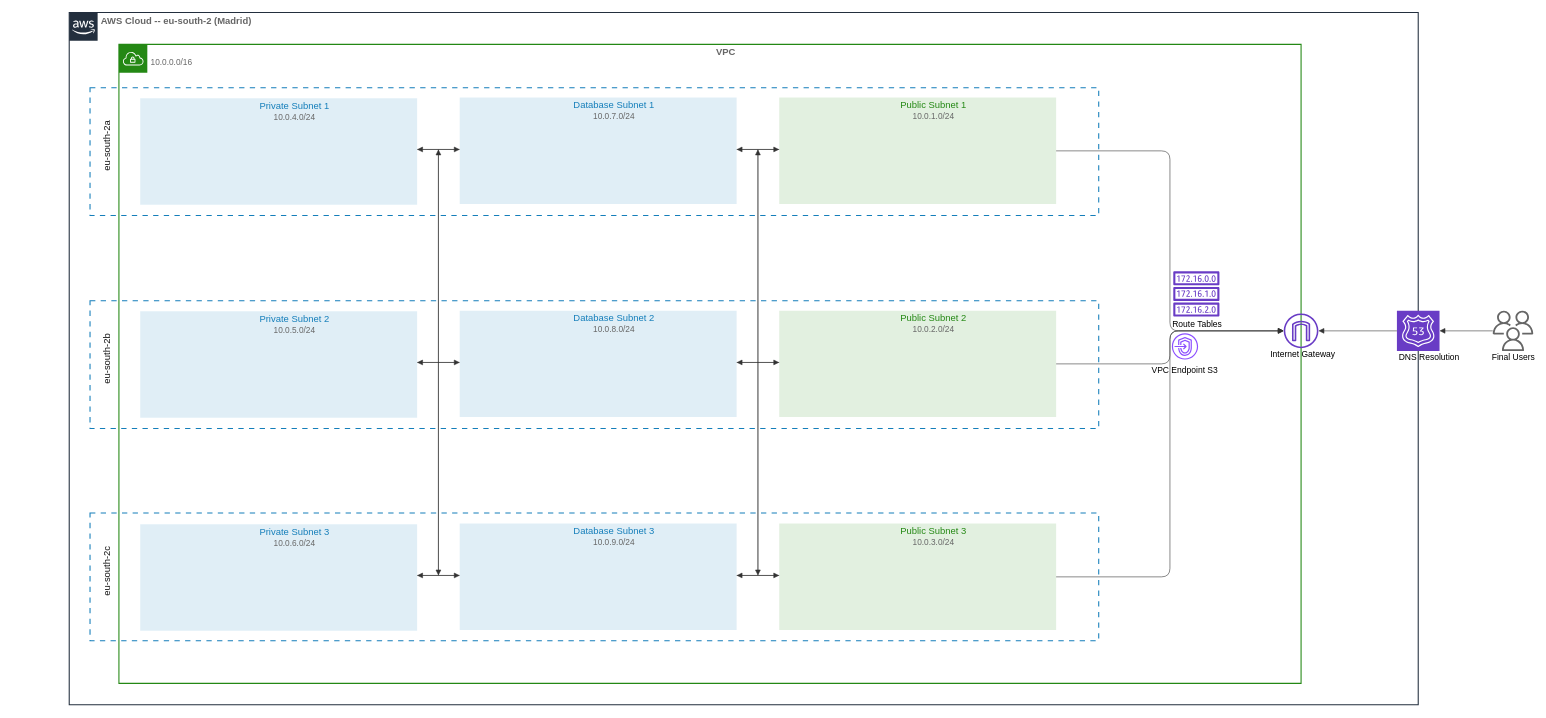
This is infra/diagrams/01-networking.drawio from agevega/agevega.com, a draw.io file, before an edit. Source tidied: cells renumbered, new cells numbered last; positions are measured from the earlier drawing's top-left corner, leaving out a move shared by most shapes. Both pictures are drawn from the tidied source at 71%, with x=0, y=0 at pixel (12, 12).
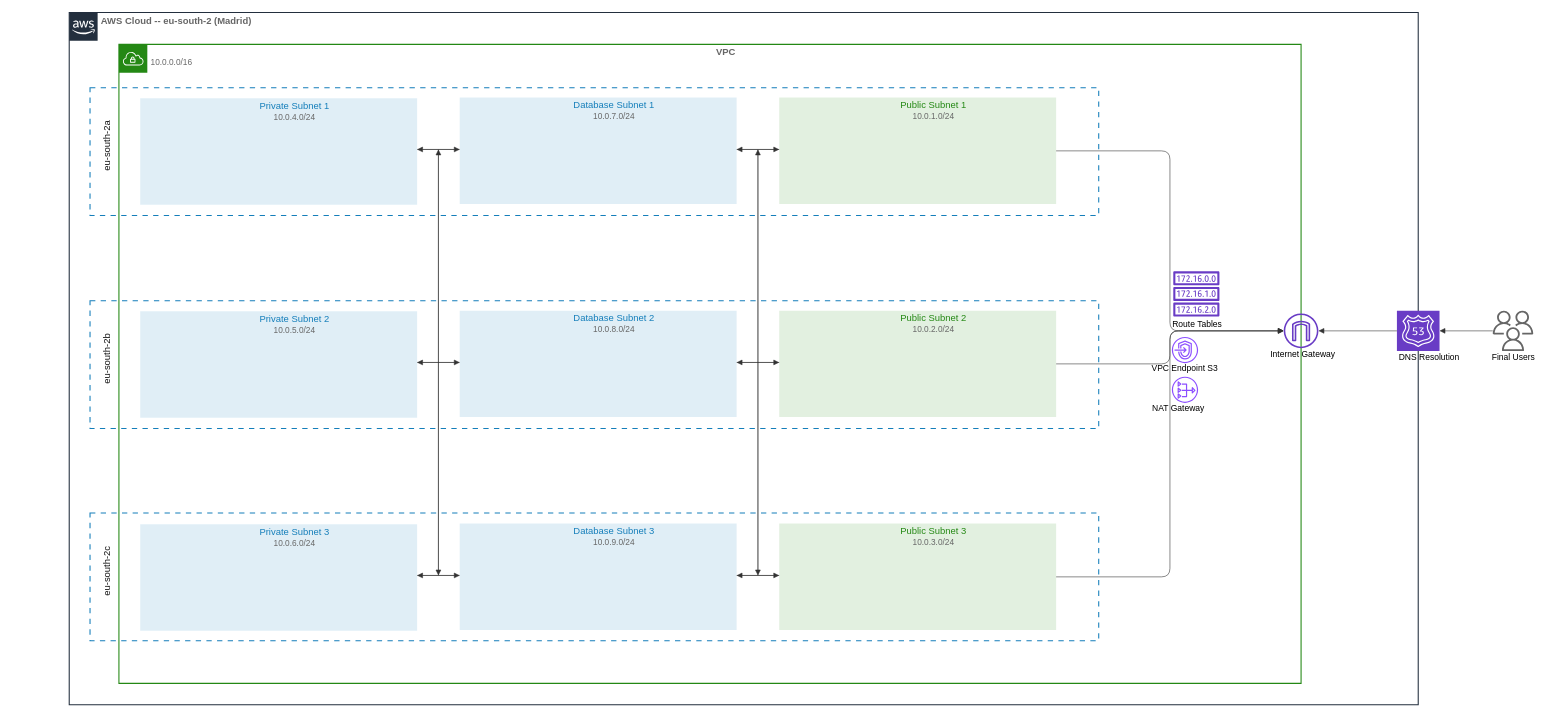
Above is the later version.

The change refers to these unchanged cells:
```xml
<mxCell id="12" value="AWS Cloud -- eu-south-2 (Madrid)" style="html=1;overflow=block;blockSpacing=1;whiteSpace=wrap;shape=mxgraph.aws4.group;grIcon=mxgraph.aws4.group_aws_cloud_alt;verticalAlign=top;align=left;grIconSize=40;spacingLeft=45;spacingTop=5;fontSize=13.3;fontColor=#666666;fontStyle=1;spacing=0;strokeColor=#232f3e;strokeOpacity=100;fillOpacity=0;fillColor=#000000;strokeWidth=1.5;lucidId=uzxXPHppHnEm;" parent="1" vertex="1">
  <mxGeometry x="80" width="1900" height="975" as="geometry" />
</mxCell>
```

Change to the diagram source:
```diff
@@
-    <mxCell id="33" value="VPC Endpoint S3" style="sketch=0;fontColor=default;gradientColor=none;fillColor=#8C4FFF;strokeColor=none;dashed=0;verticalLabelPosition=bottom;verticalAlign=top;align=center;fontSize=12;fontStyle=0;shape=mxgraph.aws4.endpoints;spacingTop=2;html=1;fontFamily=Helvetica;spacingLeft=-1;textShadow=0;labelBorderColor=none;labelBackgroundColor=none;" parent="12" vertex="1">
-      <mxGeometry x="1553" y="452" width="37" height="37" as="geometry" />
+    <mxCell id="33" value="VPC Endpoint S3" style="sketch=0;fontColor=default;gradientColor=none;fillColor=#8C4FFF;strokeColor=none;dashed=0;verticalLabelPosition=bottom;verticalAlign=top;align=center;fontSize=12;fontStyle=0;shape=mxgraph.aws4.endpoints;spacingTop=-6;html=1;fontFamily=Helvetica;spacingLeft=-1;textShadow=0;labelBorderColor=none;labelBackgroundColor=none;" parent="12" vertex="1">
+      <mxGeometry x="1553" y="457" width="37" height="37" as="geometry" />
     </mxCell>
+    <mxCell id="48" value="NAT Gateway" style="sketch=0;fontColor=#000000;gradientColor=none;fillColor=#8C4FFF;strokeColor=none;dashed=0;verticalLabelPosition=bottom;verticalAlign=top;align=center;html=1;fontSize=12;fontStyle=0;shape=mxgraph.aws4.nat_gateway;spacingLeft=-19;spacingTop=-6;" parent="12" vertex="1">
+      <mxGeometry x="1553" y="513" width="37" height="37" as="geometry" />
+    </mxCell>
```
